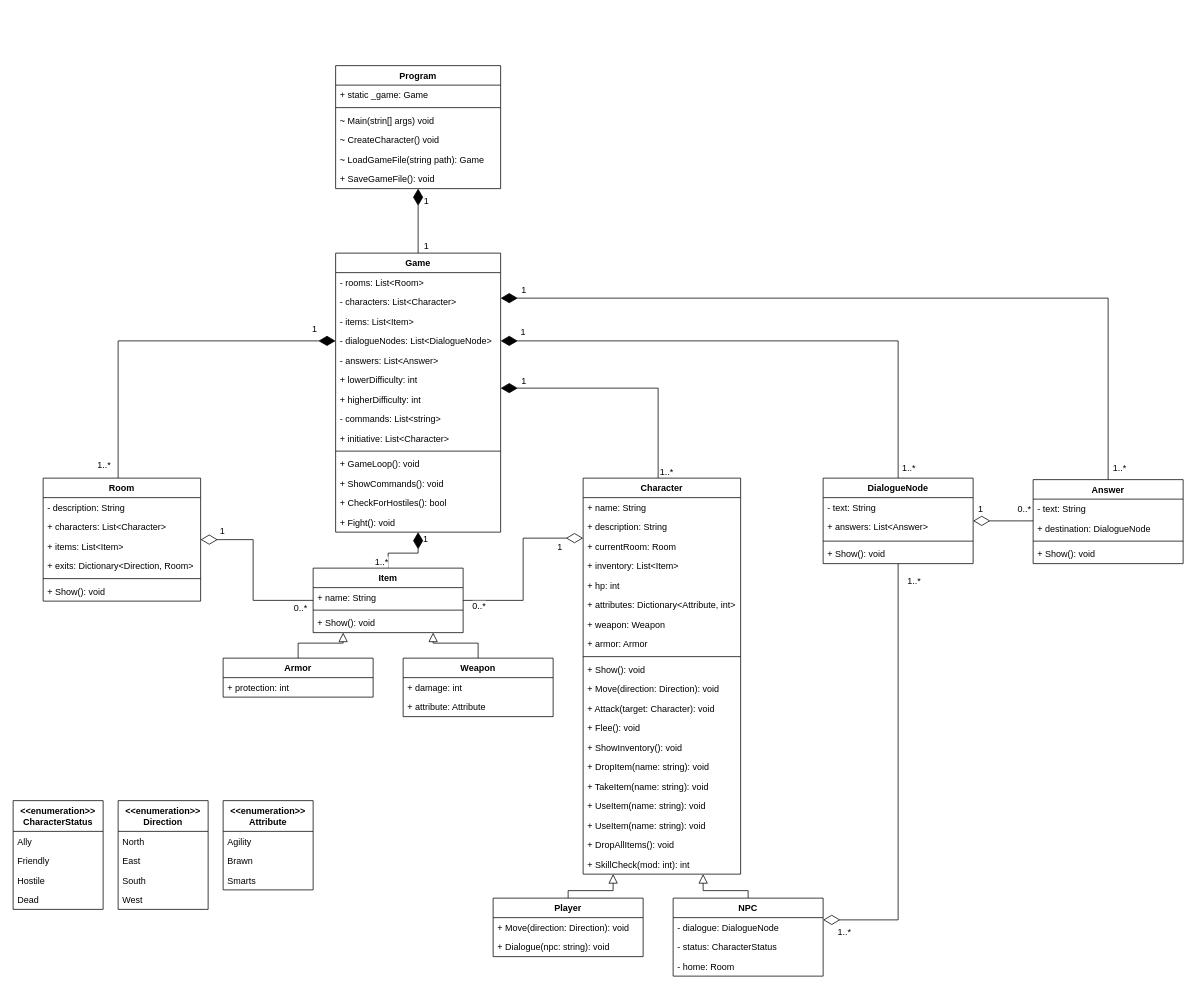
Before: page "Classes" (2 of 3) of Diagrams/Legends of Antir Diagrams.drawio in qogoist/LegendsOfAntir, a draw.io diagram. Source tidied: cells renumbered, new cells numbered last; positions are measured from the earlier drawing's top-left corner, leaving out a move shared by most shapes. Both pictures are drawn from the tidied source at 75%, with x=0, y=0 at pixel (13, 65).
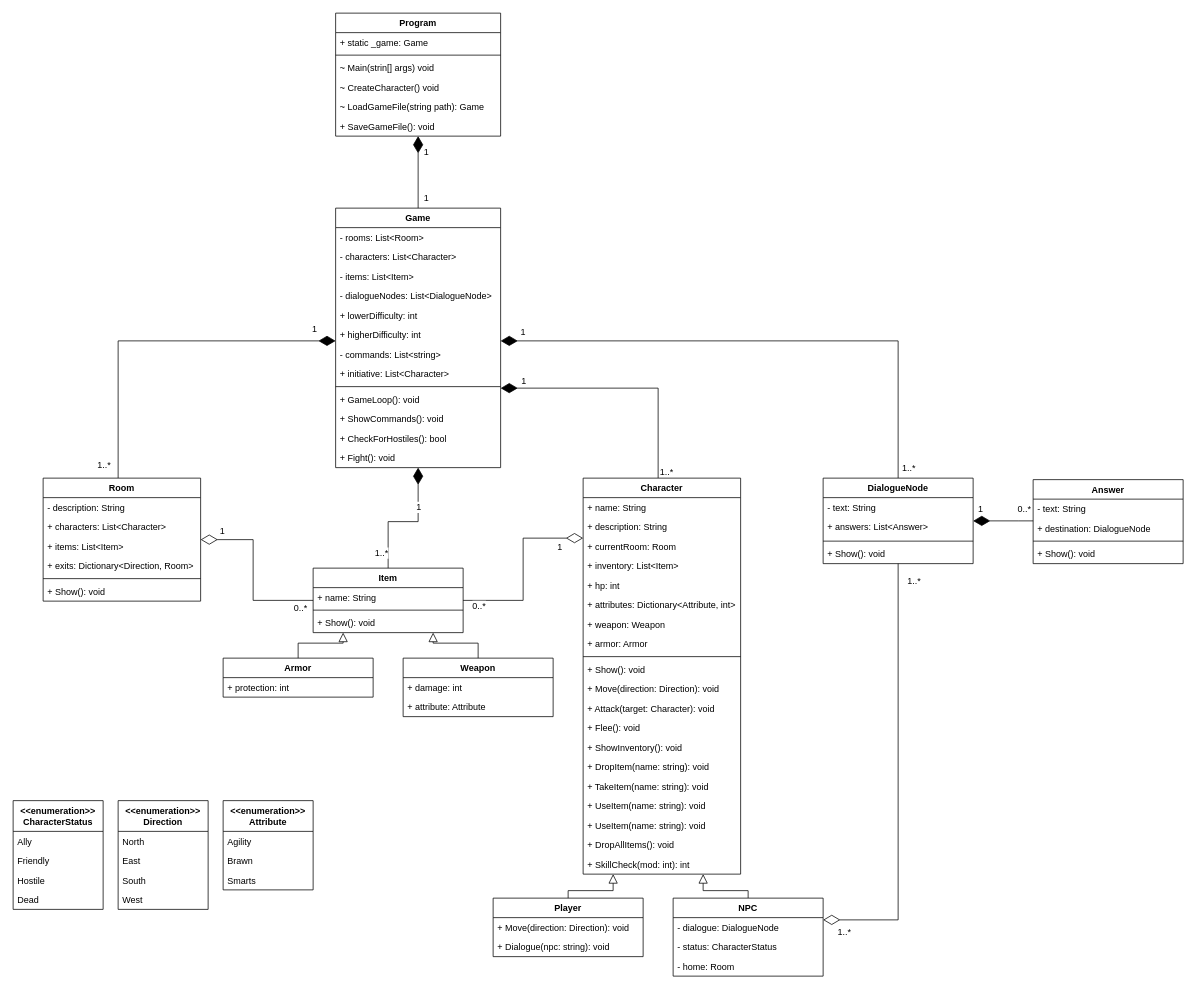
The same diagram, later.

The change refers to these unchanged cells:
```xml
<mxCell id="65" value="DialogueNode" style="swimlane;fontStyle=1;align=center;verticalAlign=top;horizontal=1;startSize=26;" parent="1" vertex="1">
  <mxGeometry x="1080" y="550" width="200" height="114" as="geometry" />
</mxCell>
<mxCell id="76" value="Answer" style="swimlane;fontStyle=1;align=center;verticalAlign=top;horizontal=1;startSize=26;fillColor=none;" parent="1" vertex="1">
  <mxGeometry x="1360" y="552" width="200" height="112" as="geometry" />
</mxCell>
```

The edit, as a diff of the source:
```diff
@@
     <mxCell id="5" value="Game" style="swimlane;fontStyle=1;align=center;verticalAlign=top;horizontal=1;startSize=26;fillColor=none;" parent="1" vertex="1">
-      <mxGeometry x="430" y="250" width="220" height="372" as="geometry" />
+      <mxGeometry x="430" y="190" width="220" height="346" as="geometry" />
     </mxCell>
@@
-    <mxCell id="10" value="- answers: List&lt;Answer&gt;" style="text;strokeColor=none;fillColor=none;align=left;verticalAlign=top;spacingLeft=4;spacingRight=4;overflow=hidden;" parent="5" vertex="1">
-      <mxGeometry y="130" width="220" height="26" as="geometry" />
-    </mxCell>
     <mxCell id="11" value="+ lowerDifficulty: int" style="text;strokeColor=none;fillColor=none;align=left;verticalAlign=top;spacingLeft=4;spacingRight=4;overflow=hidden;" parent="5" vertex="1">
-      <mxGeometry y="156" width="220" height="26" as="geometry" />
+      <mxGeometry y="130" width="220" height="26" as="geometry" />
     </mxCell>
     <mxCell id="12" value="+ higherDifficulty: int" style="text;strokeColor=none;fillColor=none;align=left;verticalAlign=top;spacingLeft=4;spacingRight=4;overflow=hidden;" parent="5" vertex="1">
-      <mxGeometry y="182" width="220" height="26" as="geometry" />
+      <mxGeometry y="156" width="220" height="26" as="geometry" />
     </mxCell>
     <mxCell id="13" value="- commands: List&lt;string&gt;" style="text;strokeColor=none;fillColor=none;align=left;verticalAlign=top;spacingLeft=4;spacingRight=4;overflow=hidden;" parent="5" vertex="1">
-      <mxGeometry y="208" width="220" height="26" as="geometry" />
+      <mxGeometry y="182" width="220" height="26" as="geometry" />
     </mxCell>
     <mxCell id="14" value="+ initiative: List&lt;Character&gt;" style="text;strokeColor=none;fillColor=none;align=left;verticalAlign=top;spacingLeft=4;spacingRight=4;overflow=hidden;" parent="5" vertex="1">
-      <mxGeometry y="234" width="220" height="26" as="geometry" />
+      <mxGeometry y="208" width="220" height="26" as="geometry" />
     </mxCell>
     <mxCell id="15" style="line;strokeWidth=1;fillColor=none;align=left;verticalAlign=middle;spacingTop=-1;spacingLeft=3;spacingRight=3;labelPosition=right;" parent="5" vertex="1">
-      <mxGeometry y="260" width="220" height="8" as="geometry" />
+      <mxGeometry y="234" width="220" height="8" as="geometry" />
     </mxCell>
     <mxCell id="16" value="+ GameLoop(): void" style="text;strokeColor=none;fillColor=none;align=left;verticalAlign=top;spacingLeft=4;spacingRight=4;overflow=hidden;" parent="5" vertex="1">
-      <mxGeometry y="268" width="220" height="26" as="geometry" />
+      <mxGeometry y="242" width="220" height="26" as="geometry" />
     </mxCell>
     <mxCell id="17" value="+ ShowCommands(): void" style="text;strokeColor=none;fillColor=none;align=left;verticalAlign=top;spacingLeft=4;spacingRight=4;overflow=hidden;" parent="5" vertex="1">
-      <mxGeometry y="294" width="220" height="26" as="geometry" />
+      <mxGeometry y="268" width="220" height="26" as="geometry" />
     </mxCell>
     <mxCell id="18" value="+ CheckForHostiles(): bool" style="text;strokeColor=none;fillColor=none;align=left;verticalAlign=top;spacingLeft=4;spacingRight=4;overflow=hidden;" parent="5" vertex="1">
-      <mxGeometry y="320" width="220" height="26" as="geometry" />
+      <mxGeometry y="294" width="220" height="26" as="geometry" />
     </mxCell>
     <mxCell id="19" value="+ Fight(): void" style="text;strokeColor=none;fillColor=none;align=left;verticalAlign=top;spacingLeft=4;spacingRight=4;overflow=hidden;" parent="5" vertex="1">
-      <mxGeometry y="346" width="220" height="26" as="geometry" />
+      <mxGeometry y="320" width="220" height="26" as="geometry" />
     </mxCell>
@@
-    <mxCell id="70" style="edgeStyle=orthogonalEdgeStyle;rounded=0;jettySize=auto;html=1;endArrow=diamondThin;endFill=0;endSize=20;" parent="1" edge="1" source="76" target="65">
+    <mxCell id="70" style="edgeStyle=orthogonalEdgeStyle;rounded=0;jettySize=auto;html=1;endArrow=diamondThin;endFill=1;endSize=20;" parent="1" edge="1" source="76" target="65">
       <mxGeometry relative="1" as="geometry">
         <Array as="points">
           <mxPoint x="1340" y="607" />
           <mxPoint x="1340" y="607" />
         </Array>
       </mxGeometry>
     </mxCell>
@@
-    <mxCell id="73" style="edgeStyle=orthogonalEdgeStyle;rounded=0;jettySize=auto;html=1;endArrow=diamondThin;endFill=1;endSize=20;" parent="1" edge="1" source="76" target="5">
-      <mxGeometry relative="1" as="geometry">
-        <Array as="points">
-          <mxPoint x="1460" y="310" />
-        </Array>
-      </mxGeometry>
-    </mxCell>
-    <mxCell id="74" value="1" style="text;html=1;align=center;verticalAlign=middle;labelBackgroundColor=#ffffff;" parent="73" vertex="1">
-      <mxGeometry x="0.93" y="2" relative="1" as="geometry">
-        <mxPoint x="-6.8" y="-14" as="offset" />
-      </mxGeometry>
-    </mxCell>
-    <mxCell id="75" value="1..*" style="text;html=1;align=center;verticalAlign=middle;labelBackgroundColor=#ffffff;" parent="73" vertex="1">
-      <mxGeometry x="-0.97" y="2" relative="1" as="geometry">
-        <mxPoint x="16" as="offset" />
-      </mxGeometry>
-    </mxCell>
@@
     <mxCell id="119" value="Program" style="swimlane;fontStyle=1;align=center;verticalAlign=top;horizontal=1;startSize=26;" parent="1" vertex="1">
-      <mxGeometry x="430" width="220" height="164" as="geometry" />
+      <mxGeometry x="430" y="-70" width="220" height="164" as="geometry" />
     </mxCell>
```
